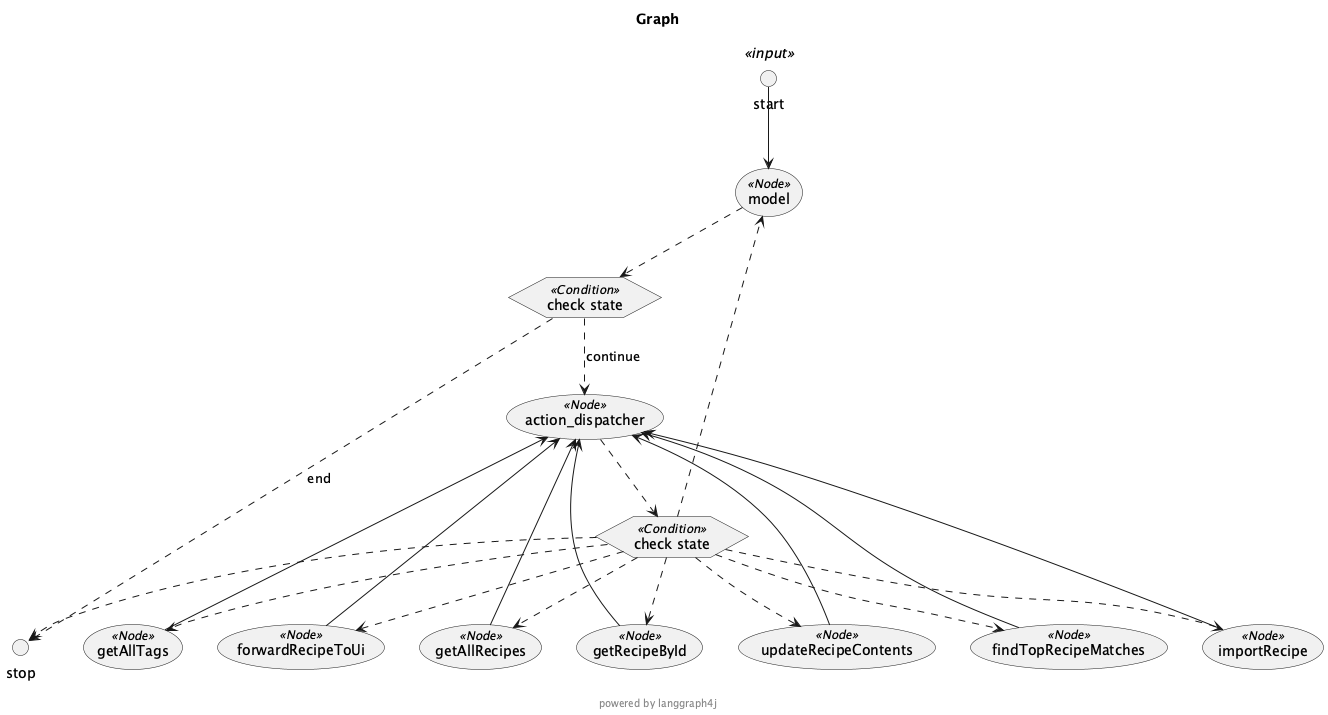
This is server/graph.png from jacagen/jrecipe, a PlantUML export, as it was before one commit. Its diagram source:
```plantuml
@startuml Graph
skinparam usecaseFontSize 14
skinparam usecaseStereotypeFontSize 12
skinparam hexagonFontSize 14
skinparam hexagonStereotypeFontSize 12
title "Graph"
footer

powered by langgraph4j
end footer
circle start<<input>> as __START__
circle stop as __END__
usecase "model"<<Node>>
usecase "action_dispatcher"<<Node>>
usecase "findTopRecipeMatches"<<Node>>
usecase "importRecipe"<<Node>>
usecase "getAllTags"<<Node>>
usecase "getAllRecipes"<<Node>>
usecase "getRecipeById"<<Node>>
usecase "forwardRecipeToUi"<<Node>>
usecase "updateRecipeContents"<<Node>>
hexagon "check state" as condition1<<Condition>>
hexagon "check state" as condition2<<Condition>>
"__START__" -down-> "model"
"model" .down.> "condition1"
"condition1" .down.> "action_dispatcher": "continue"
"condition1" .down.> "__END__": "end"
"findTopRecipeMatches" -down-> "action_dispatcher"
"importRecipe" -down-> "action_dispatcher"
"getAllTags" -down-> "action_dispatcher"
"getAllRecipes" -down-> "action_dispatcher"
"getRecipeById" -down-> "action_dispatcher"
"forwardRecipeToUi" -down-> "action_dispatcher"
"updateRecipeContents" -down-> "action_dispatcher"
"action_dispatcher" .down.> "condition2"
"condition2" .down.> "model"
"condition2" .down.> "__END__"
"condition2" .down.> "findTopRecipeMatches"
"condition2" .down.> "importRecipe"
"condition2" .down.> "getAllTags"
"condition2" .down.> "getAllRecipes"
"condition2" .down.> "getRecipeById"
"condition2" .down.> "forwardRecipeToUi"
"condition2" .down.> "updateRecipeContents"
@enduml
```
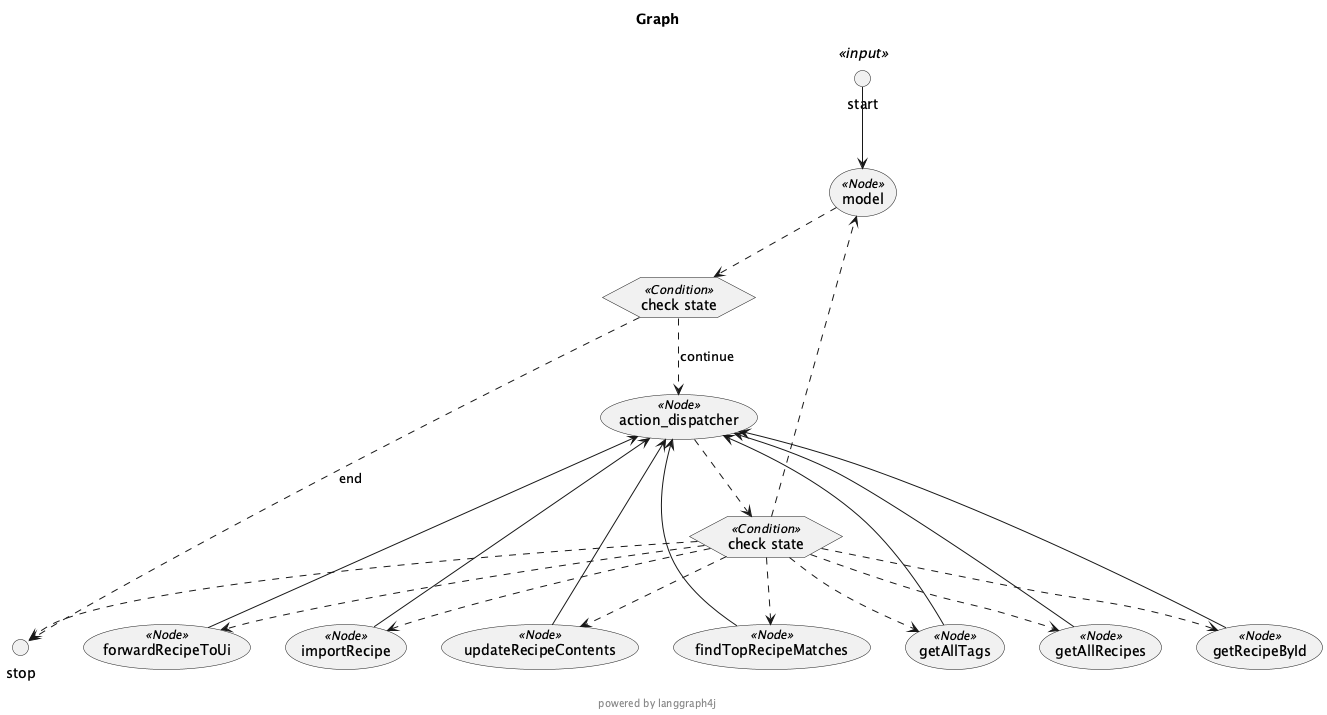
Later version of the same file.

Commit message:
Add "show recipe selected by LLM" task to plan

What changed in the source:
```diff
@@ -12,34 +12,34 @@
 circle stop as __END__
 usecase "model"<<Node>>
 usecase "action_dispatcher"<<Node>>
-usecase "findTopRecipeMatches"<<Node>>
-usecase "importRecipe"<<Node>>
-usecase "getAllTags"<<Node>>
 usecase "getAllRecipes"<<Node>>
 usecase "getRecipeById"<<Node>>
 usecase "forwardRecipeToUi"<<Node>>
 usecase "updateRecipeContents"<<Node>>
+usecase "findTopRecipeMatches"<<Node>>
+usecase "importRecipe"<<Node>>
+usecase "getAllTags"<<Node>>
 hexagon "check state" as condition1<<Condition>>
 hexagon "check state" as condition2<<Condition>>
 "__START__" -down-> "model"
 "model" .down.> "condition1"
 "condition1" .down.> "action_dispatcher": "continue"
 "condition1" .down.> "__END__": "end"
-"findTopRecipeMatches" -down-> "action_dispatcher"
-"importRecipe" -down-> "action_dispatcher"
-"getAllTags" -down-> "action_dispatcher"
 "getAllRecipes" -down-> "action_dispatcher"
 "getRecipeById" -down-> "action_dispatcher"
 "forwardRecipeToUi" -down-> "action_dispatcher"
 "updateRecipeContents" -down-> "action_dispatcher"
+"findTopRecipeMatches" -down-> "action_dispatcher"
+"importRecipe" -down-> "action_dispatcher"
+"getAllTags" -down-> "action_dispatcher"
 "action_dispatcher" .down.> "condition2"
 "condition2" .down.> "model"
 "condition2" .down.> "__END__"
-"condition2" .down.> "findTopRecipeMatches"
-"condition2" .down.> "importRecipe"
-"condition2" .down.> "getAllTags"
 "condition2" .down.> "getAllRecipes"
 "condition2" .down.> "getRecipeById"
 "condition2" .down.> "forwardRecipeToUi"
 "condition2" .down.> "updateRecipeContents"
+"condition2" .down.> "findTopRecipeMatches"
+"condition2" .down.> "importRecipe"
+"condition2" .down.> "getAllTags"
 @enduml
```
